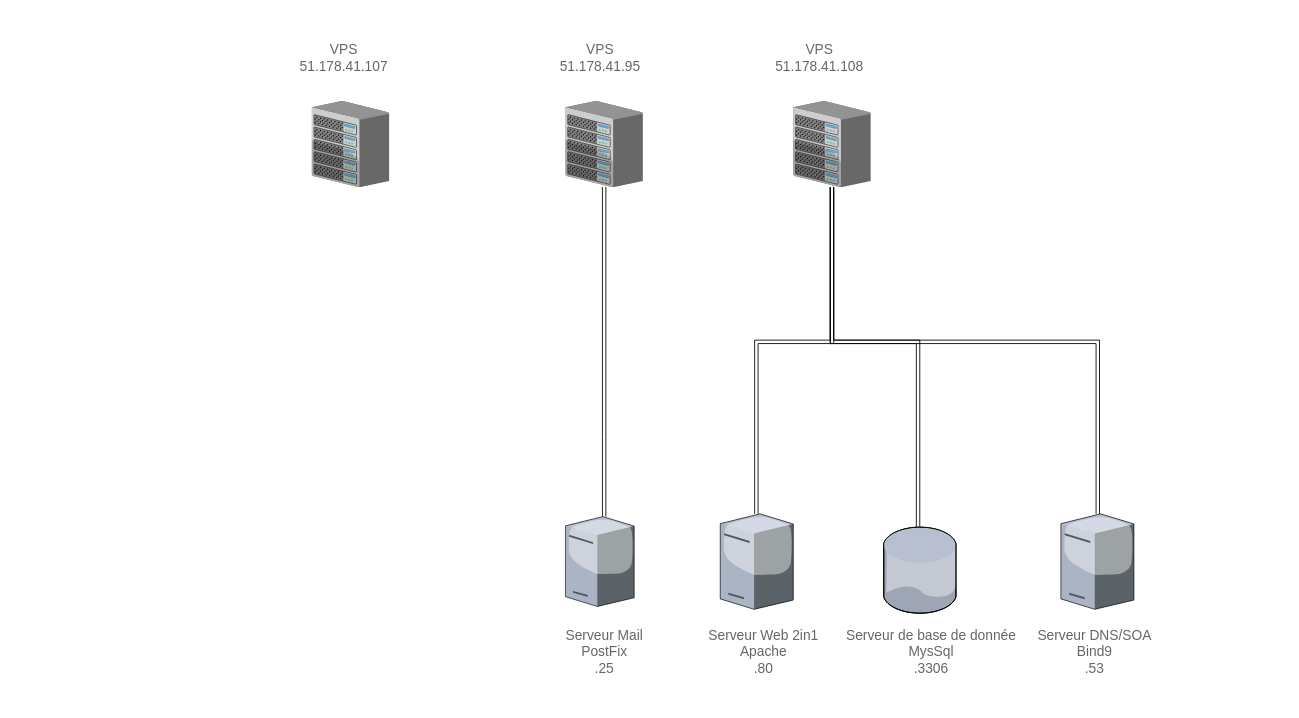
This is documents/SchémaPhysique.drawio from Frodon001/2tl2AdminGr9, a draw.io file, before an edit. Source tidied: cells renumbered, new cells numbered last; positions are measured from the earlier drawing's top-left corner, leaving out a move shared by most shapes. Both pictures are drawn from the tidied source at 86%, with x=0, y=0 at pixel (292, 40).
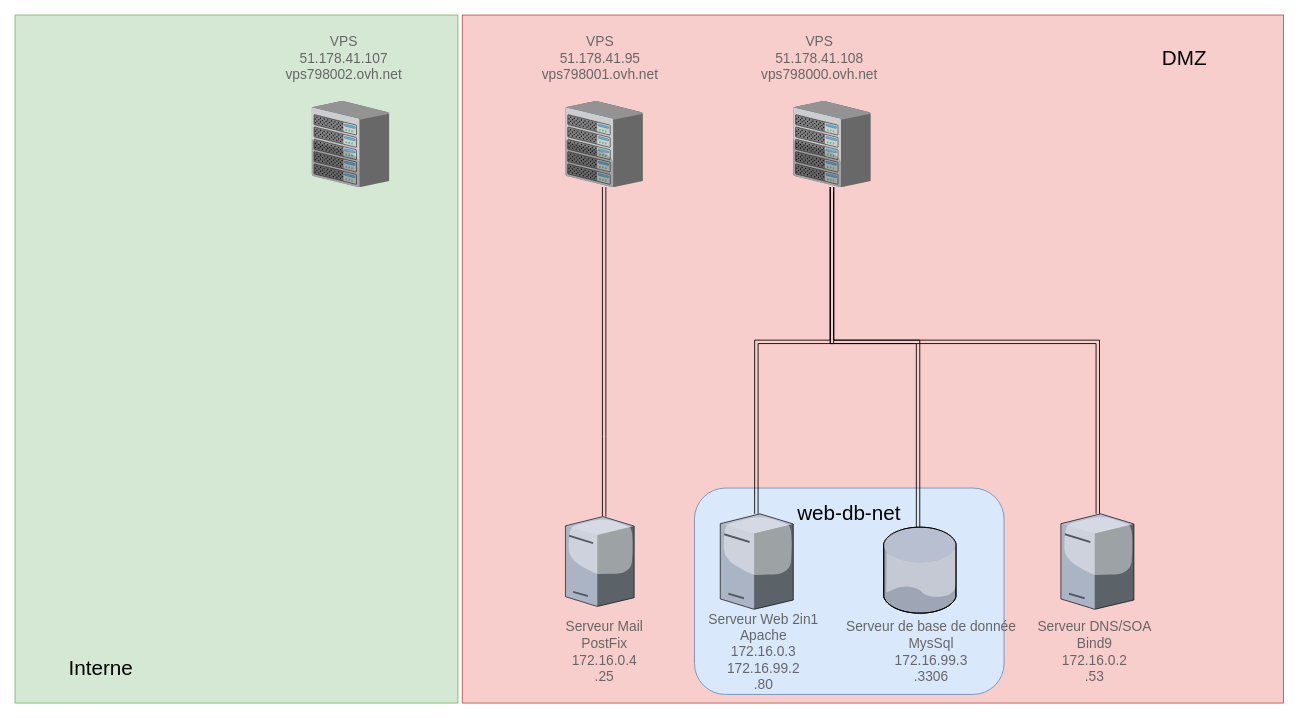
The same page after the edit.

Commit message (it also covers changes not shown here):
maj schéma physique sur base google doc

Unchanged cells that the change refers to:
```xml
<mxCell id="11" style="verticalLabelPosition=bottom;html=1;verticalAlign=top;strokeColor=#6881B3;align=center;outlineConnect=0;shape=mxgraph.citrix.chassis;fontFamily=Helvetica;fontSize=16;fontColor=#0066CC;strokeWidth=2;fillColor=#CCCCCC;" parent="1" vertex="1">
  <mxGeometry x="582.9" y="70" width="90" height="100" as="geometry" />
</mxCell>
<mxCell id="19" style="verticalLabelPosition=bottom;html=1;verticalAlign=top;strokeColor=none;align=center;outlineConnect=0;shape=mxgraph.citrix.database;fontSize=16;" parent="1" vertex="1">
  <mxGeometry x="688" y="565.5" width="85" height="100" as="geometry" />
</mxCell>
```

The edit, as a diff of the source:
```diff
@@
+    <mxCell id="20" style="rounded=1;whiteSpace=wrap;html=1;arcSize=0;fillColor=#d5e8d4;strokeColor=#82b366;" parent="1" vertex="1">
+      <mxGeometry x="-322" y="-30" width="515" height="800" as="geometry" />
+    </mxCell>
+    <mxCell id="21" style="rounded=1;whiteSpace=wrap;html=1;arcSize=0;fillColor=#f8cecc;strokeColor=#b85450;" parent="1" vertex="1">
+      <mxGeometry x="198" y="-30" width="955" height="800" as="geometry" />
+    </mxCell>
@@
-    <mxCell id="4" value="&lt;font style=&quot;font-size: 16px&quot; color=&quot;#666666&quot;&gt;VPS&lt;br&gt;&lt;/font&gt;&lt;span style=&quot;color: rgb(102 , 102 , 102)&quot;&gt;51.178.41.95&lt;/span&gt;&lt;font style=&quot;font-size: 16px&quot; color=&quot;#666666&quot;&gt;&lt;br&gt;&lt;/font&gt;" style="text;html=1;align=center;verticalAlign=middle;fontSize=16;" parent="1" vertex="1">
-      <mxGeometry x="303" width="110" height="40" as="geometry" />
+    <mxCell id="4" value="&lt;font style=&quot;font-size: 16px&quot; color=&quot;#666666&quot;&gt;VPS&lt;br&gt;&lt;/font&gt;&lt;span style=&quot;color: rgb(102 , 102 , 102)&quot;&gt;51.178.41.95&lt;br&gt;&lt;/span&gt;&lt;font color=&quot;#666666&quot;&gt;vps798001.ovh.net&lt;br&gt;&lt;/font&gt;" style="text;html=1;align=center;verticalAlign=middle;fontSize=16;" parent="1" vertex="1">
+      <mxGeometry x="283" y="-10" width="150" height="60" as="geometry" />
     </mxCell>
-    <mxCell id="5" value="&lt;font style=&quot;font-size: 16px&quot; color=&quot;#666666&quot;&gt;Serveur Web 2in1&lt;br style=&quot;font-size: 16px&quot;&gt;Apache&lt;br style=&quot;font-size: 16px&quot;&gt;.80&lt;br style=&quot;font-size: 16px&quot;&gt;&lt;/font&gt;" style="text;html=1;align=center;verticalAlign=middle;fontSize=16;" parent="1" vertex="1">
-      <mxGeometry x="478" y="680" width="140" height="60" as="geometry" />
-    </mxCell>
-    <mxCell id="6" value="&lt;font style=&quot;font-size: 16px;&quot; color=&quot;#666666&quot;&gt;Serveur DNS/SOA&lt;br style=&quot;font-size: 16px;&quot;&gt;Bind9&lt;br style=&quot;font-size: 16px;&quot;&gt;.53&lt;br style=&quot;font-size: 16px;&quot;&gt;&lt;/font&gt;" style="text;html=1;align=center;verticalAlign=middle;fontSize=16;" parent="1" vertex="1">
-      <mxGeometry x="858.1" y="680" width="150" height="60" as="geometry" />
+    <mxCell id="6" value="&lt;font style=&quot;font-size: 16px&quot; color=&quot;#666666&quot;&gt;Serveur DNS/SOA&lt;br style=&quot;font-size: 16px&quot;&gt;Bind9&lt;br&gt;&lt;/font&gt;&lt;span style=&quot;color: rgb(102 , 102 , 102)&quot;&gt;172.16.0.2&lt;/span&gt;&lt;font style=&quot;font-size: 16px&quot; color=&quot;#666666&quot;&gt;&lt;br style=&quot;font-size: 16px&quot;&gt;.53&lt;br style=&quot;font-size: 16px&quot;&gt;&lt;/font&gt;" style="text;html=1;align=center;verticalAlign=middle;fontSize=16;" parent="1" vertex="1">
+      <mxGeometry x="858.1" y="670" width="150" height="80" as="geometry" />
     </mxCell>
@@
-    <mxCell id="8" style="edgeStyle=orthogonalEdgeStyle;shape=link;rounded=0;jettySize=auto;html=1;fontSize=16;" parent="1" edge="1" source="11" target="14">
-      <mxGeometry relative="1" as="geometry">
-        <Array as="points">
-          <mxPoint x="628" y="350" />
-          <mxPoint x="540" y="350" />
-        </Array>
-      </mxGeometry>
-    </mxCell>
@@
-    <mxCell id="10" style="edgeStyle=orthogonalEdgeStyle;shape=link;rounded=0;jettySize=auto;html=1;" parent="1" edge="1" source="11" target="19">
-      <mxGeometry relative="1" as="geometry">
-        <Array as="points">
-          <mxPoint x="628" y="350" />
-          <mxPoint x="728" y="350" />
-        </Array>
-      </mxGeometry>
-    </mxCell>
@@
-    <mxCell id="12" value="&lt;font style=&quot;font-size: 16px&quot; color=&quot;#666666&quot;&gt;VPS&lt;br&gt;51.178.41.107&lt;br&gt;&lt;/font&gt;" style="text;html=1;align=center;verticalAlign=middle;fontSize=16;" parent="1" vertex="1">
-      <mxGeometry x="0.4" width="120" height="40" as="geometry" />
+    <mxCell id="12" value="&lt;font color=&quot;#666666&quot;&gt;VPS&lt;br&gt;51.178.41.107&lt;br&gt;vps798002.ovh.net&lt;br&gt;&lt;/font&gt;" style="text;html=1;align=center;verticalAlign=middle;fontSize=16;" parent="1" vertex="1">
+      <mxGeometry x="-14.6" y="-10" width="150" height="60" as="geometry" />
     </mxCell>
-    <mxCell id="13" value="&lt;font style=&quot;font-size: 16px&quot; color=&quot;#666666&quot;&gt;VPS&lt;br&gt;&lt;/font&gt;&lt;span style=&quot;color: rgb(102 , 102 , 102)&quot;&gt;51.178.41.108&lt;/span&gt;&lt;font style=&quot;font-size: 16px&quot; color=&quot;#666666&quot;&gt;&lt;br&gt;&lt;/font&gt;" style="text;html=1;align=center;verticalAlign=middle;fontSize=16;" parent="1" vertex="1">
-      <mxGeometry x="553" width="120" height="40" as="geometry" />
+    <mxCell id="13" value="&lt;font style=&quot;font-size: 16px&quot; color=&quot;#666666&quot;&gt;VPS&lt;br&gt;&lt;/font&gt;&lt;span style=&quot;color: rgb(102 , 102 , 102)&quot;&gt;51.178.41.108&lt;br&gt;&lt;/span&gt;&lt;font color=&quot;#666666&quot;&gt;vps798000.ovh.net&lt;br&gt;&lt;/font&gt;" style="text;html=1;align=center;verticalAlign=middle;fontSize=16;" parent="1" vertex="1">
+      <mxGeometry x="538" y="-10" width="150" height="60" as="geometry" />
     </mxCell>
-    <mxCell id="14" style="verticalLabelPosition=bottom;html=1;verticalAlign=top;strokeColor=none;align=center;outlineConnect=0;shape=mxgraph.citrix.license_server;fontSize=16;" parent="1" vertex="1">
-      <mxGeometry x="498" y="550" width="84.9" height="111" as="geometry" />
-    </mxCell>
@@
-    <mxCell id="17" value="&lt;font style=&quot;font-size: 16px&quot; color=&quot;#666666&quot;&gt;Serveur Mail&lt;br&gt;PostFix&lt;br style=&quot;font-size: 16px&quot;&gt;.25&lt;br style=&quot;font-size: 16px&quot;&gt;&lt;/font&gt;" style="text;html=1;align=center;verticalAlign=middle;fontSize=16;" parent="1" vertex="1">
-      <mxGeometry x="308" y="680" width="110" height="60" as="geometry" />
+    <mxCell id="17" value="&lt;font style=&quot;font-size: 16px&quot; color=&quot;#666666&quot;&gt;Serveur Mail&lt;br&gt;PostFix&lt;br&gt;172.16.0.4&lt;br style=&quot;font-size: 16px&quot;&gt;.25&lt;br style=&quot;font-size: 16px&quot;&gt;&lt;/font&gt;" style="text;html=1;align=center;verticalAlign=middle;fontSize=16;" parent="1" vertex="1">
+      <mxGeometry x="308" y="670" width="110" height="80" as="geometry" />
     </mxCell>
+    <mxCell id="22" value="&lt;font style=&quot;font-size: 24px&quot;&gt;Interne&lt;/font&gt;" style="text;html=1;strokeColor=none;fillColor=none;align=center;verticalAlign=middle;whiteSpace=wrap;rounded=0;" parent="1" vertex="1">
+      <mxGeometry x="-312" y="700" width="180" height="60" as="geometry" />
+    </mxCell>
+    <mxCell id="23" value="&lt;font style=&quot;font-size: 24px&quot;&gt;DMZ&lt;/font&gt;" style="text;html=1;strokeColor=none;fillColor=none;align=center;verticalAlign=middle;whiteSpace=wrap;rounded=0;" parent="1" vertex="1">
+      <mxGeometry x="948" y="-10" width="180" height="60" as="geometry" />
+    </mxCell>
+    <mxCell id="24" style="rounded=1;whiteSpace=wrap;html=1;fillColor=#dae8fc;strokeColor=#6c8ebf;" parent="1" vertex="1">
+      <mxGeometry x="468" y="520" width="360" height="240" as="geometry" />
+    </mxCell>
+    <mxCell id="5" value="&lt;font style=&quot;font-size: 16px&quot; color=&quot;#666666&quot;&gt;Serveur Web 2in1&lt;br style=&quot;font-size: 16px&quot;&gt;Apache&lt;br&gt;&lt;/font&gt;&lt;span style=&quot;color: rgb(102 , 102 , 102)&quot;&gt;172.16.0.3&lt;br&gt;&lt;/span&gt;&lt;span style=&quot;color: rgb(102 , 102 , 102)&quot;&gt;172.16.99.2&lt;/span&gt;&lt;font style=&quot;font-size: 16px&quot; color=&quot;#666666&quot;&gt;&lt;br style=&quot;font-size: 16px&quot;&gt;.80&lt;br style=&quot;font-size: 16px&quot;&gt;&lt;/font&gt;" style="text;html=1;align=center;verticalAlign=middle;fontSize=16;" parent="1" vertex="1">
+      <mxGeometry x="478" y="660" width="140" height="100" as="geometry" />
+    </mxCell>
+    <mxCell id="14" style="verticalLabelPosition=bottom;html=1;verticalAlign=top;strokeColor=none;align=center;outlineConnect=0;shape=mxgraph.citrix.license_server;fontSize=16;" parent="1" vertex="1">
+      <mxGeometry x="498" y="550" width="84.9" height="111" as="geometry" />
+    </mxCell>
-    <mxCell id="18" value="&lt;font style=&quot;font-size: 16px;&quot; color=&quot;#666666&quot;&gt;Serveur de base de donnée&lt;br style=&quot;font-size: 16px;&quot;&gt;MysSql&lt;br style=&quot;font-size: 16px;&quot;&gt;.3306&lt;br style=&quot;font-size: 16px;&quot;&gt;&lt;/font&gt;" style="text;html=1;align=center;verticalAlign=middle;fontSize=16;" parent="1" vertex="1">
-      <mxGeometry x="638" y="680" width="210" height="60" as="geometry" />
+    <mxCell id="18" value="&lt;font style=&quot;font-size: 16px&quot; color=&quot;#666666&quot;&gt;Serveur de base de donnée&lt;br style=&quot;font-size: 16px&quot;&gt;MysSql&lt;br&gt;&lt;/font&gt;&lt;span style=&quot;color: rgb(102 , 102 , 102)&quot;&gt;172.16.99.3&lt;/span&gt;&lt;font style=&quot;font-size: 16px&quot; color=&quot;#666666&quot;&gt;&lt;br style=&quot;font-size: 16px&quot;&gt;.3306&lt;br style=&quot;font-size: 16px&quot;&gt;&lt;/font&gt;" style="text;html=1;align=center;verticalAlign=middle;fontSize=16;" parent="1" vertex="1">
+      <mxGeometry x="638" y="670" width="210" height="80" as="geometry" />
     </mxCell>
@@
+    <mxCell id="8" style="edgeStyle=orthogonalEdgeStyle;shape=link;rounded=0;jettySize=auto;html=1;fontSize=16;" parent="1" edge="1" source="11" target="14">
+      <mxGeometry relative="1" as="geometry">
+        <Array as="points">
+          <mxPoint x="628" y="350" />
+          <mxPoint x="540" y="350" />
+        </Array>
+      </mxGeometry>
+    </mxCell>
+    <mxCell id="10" style="edgeStyle=orthogonalEdgeStyle;shape=link;rounded=0;jettySize=auto;html=1;" parent="1" edge="1" source="11" target="19">
+      <mxGeometry relative="1" as="geometry">
+        <Array as="points">
+          <mxPoint x="628" y="350" />
+          <mxPoint x="728" y="350" />
+        </Array>
+      </mxGeometry>
+    </mxCell>
+    <mxCell id="25" value="&lt;font style=&quot;font-size: 24px&quot;&gt;web-db-net&lt;/font&gt;" style="text;html=1;strokeColor=none;fillColor=none;align=center;verticalAlign=middle;whiteSpace=wrap;rounded=0;" parent="1" vertex="1">
+      <mxGeometry x="558" y="520" width="180" height="60" as="geometry" />
+    </mxCell>
```
